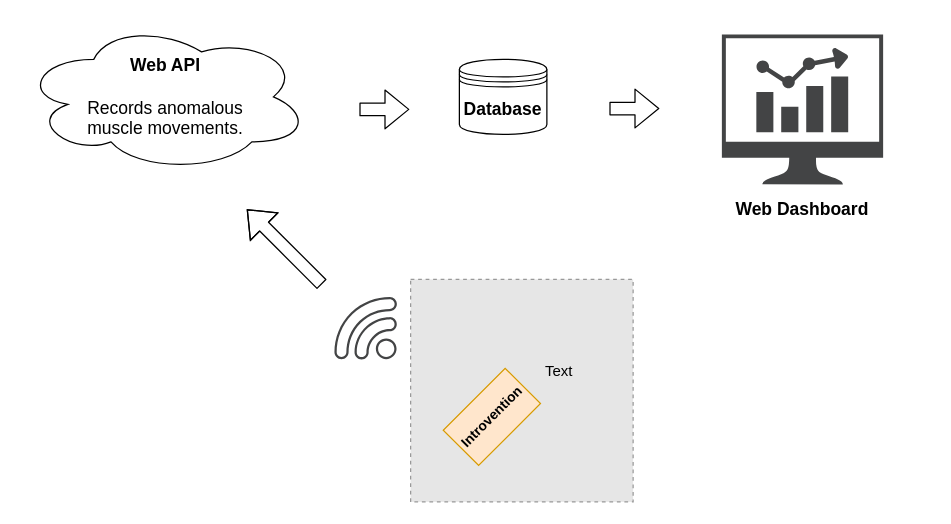
Above: media/introvention.drawio in nickbild/introvention (draw.io), before the change. Source tidied: cells renumbered, new cells numbered last; positions are measured from the earlier drawing's top-left corner, leaving out a move shared by most shapes. Both pictures are drawn from the tidied source at 125%, with x=0, y=0 at pixel (21, 21). Pictures stored in the file or linked from it are replaced by grey dashed boxes.
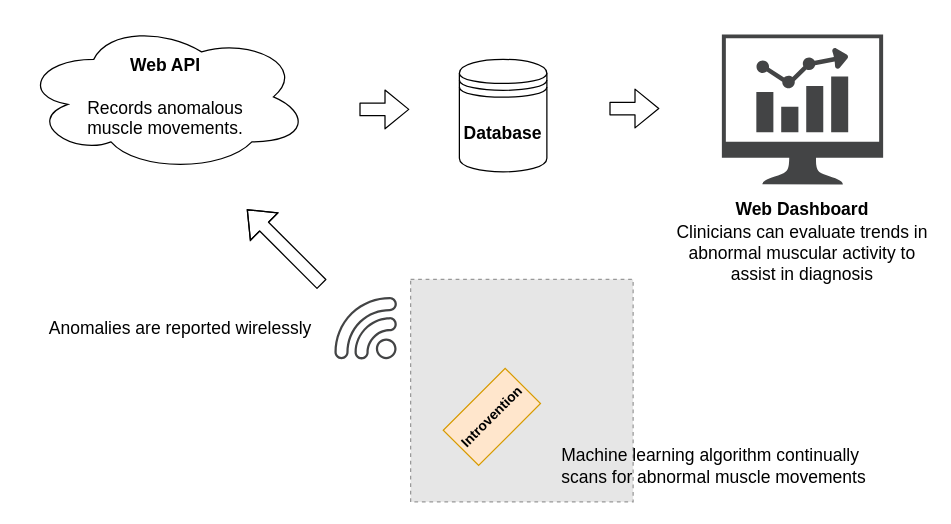
The same page after the edit.

What changed in the source:
```diff
@@
     <mxCell id="2" style="group;" parent="1" vertex="1">
-      <mxGeometry x="311" y="206" width="178" height="178" as="geometry" />
+      <mxGeometry x="311" y="206" width="390" height="178" as="geometry" />
     </mxCell>
@@
+    <mxCell id="15" value="&lt;font style=&quot;font-size: 14px;&quot;&gt;Machine learning algorithm continually &lt;br&gt;&lt;/font&gt;&lt;div style=&quot;font-size: 14px;&quot;&gt;&lt;span style=&quot;background-color: initial;&quot;&gt;&lt;font style=&quot;font-size: 14px;&quot;&gt;scans for abnormal muscle movements&lt;/font&gt;&lt;/span&gt;&lt;/div&gt;" style="text;html=1;strokeColor=none;fillColor=none;align=left;verticalAlign=middle;whiteSpace=wrap;rounded=0;" parent="2" vertex="1">
+      <mxGeometry x="119" y="134" width="290" height="30" as="geometry" />
+    </mxCell>
@@
-    <mxCell id="9" value="Text" style="text;html=1;strokeColor=none;fillColor=none;align=center;verticalAlign=middle;whiteSpace=wrap;rounded=0;" parent="1" vertex="1">
-      <mxGeometry x="410" y="270" width="40" height="20" as="geometry" />
-    </mxCell>
@@
     <mxCell id="11" value="&lt;b&gt;&lt;font style=&quot;font-size: 14px&quot;&gt;Database&lt;/font&gt;&lt;/b&gt;" style="shape=datastore;whiteSpace=wrap;html=1;" parent="1" vertex="1">
-      <mxGeometry x="350" y="30" width="70" height="60" as="geometry" />
+      <mxGeometry x="350" y="30" width="70" height="90" as="geometry" />
     </mxCell>
@@
+    <mxCell id="16" value="&lt;span style=&quot;font-size: 14px;&quot;&gt;Anomalies are reported wirelessly&lt;br&gt;&lt;/span&gt;" style="text;html=1;strokeColor=none;fillColor=none;align=left;verticalAlign=middle;whiteSpace=wrap;rounded=0;" parent="1" vertex="1">
+      <mxGeometry x="20" y="230" width="230" height="30" as="geometry" />
+    </mxCell>
+    <mxCell id="17" value="Clinicians can evaluate trends in abnormal muscular activity to assist in diagnosis" style="text;html=1;strokeColor=none;fillColor=none;align=center;verticalAlign=middle;whiteSpace=wrap;rounded=0;fontSize=14;" parent="1" vertex="1">
+      <mxGeometry x="523.1" y="170" width="202.7" height="30" as="geometry" />
+    </mxCell>
```
